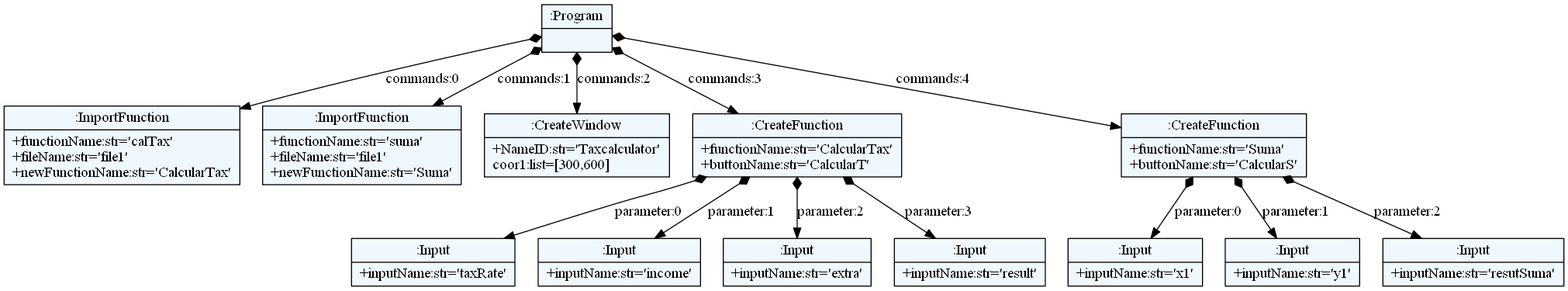
This is program.dot.png from joseamoroso/easgui, a Graphviz export, as it was before one commit. Its source is kept beside it as program.dot.
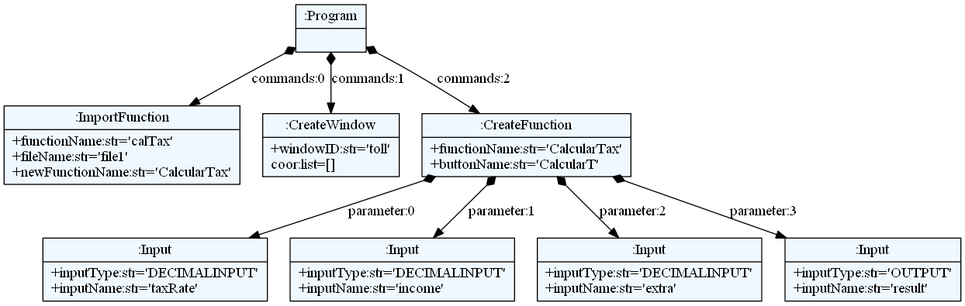
After the commit.

Change to the diagram source:
```diff
@@ -10,30 +10,20 @@
     edge[dir=black,arrowtail=empty]
 
 
-2664547515976 -> 2664547627784 [label="commands:0" arrowtail=diamond dir=both]
-2664547627784[label="{:ImportFunction|+functionName:str='calTax'\l+fileName:str='file1'\l+newFunctionName:str='CalcularTax'\l}"]
-2664547515976 -> 2664547629896 [label="commands:1" arrowtail=diamond dir=both]
-2664547629896[label="{:ImportFunction|+functionName:str='suma'\l+fileName:str='file1'\l+newFunctionName:str='Suma'\l}"]
-2664547515976 -> 2664547630664 [label="commands:2" arrowtail=diamond dir=both]
-2664547630664[label="{:CreateWindow|+NameID:str='Taxcalculator'\lcoor1:list=[300,600]\l}"]
-2664547515976 -> 2664547630280 [label="commands:3" arrowtail=diamond dir=both]
-2664547630280 -> 2664547614536 [label="parameter:0" arrowtail=diamond dir=both]
-2664547614536[label="{:Input|+inputName:str='taxRate'\l}"]
-2664547630280 -> 2664547614472 [label="parameter:1" arrowtail=diamond dir=both]
-2664547614472[label="{:Input|+inputName:str='income'\l}"]
-2664547630280 -> 2664547614088 [label="parameter:2" arrowtail=diamond dir=both]
-2664547614088[label="{:Input|+inputName:str='extra'\l}"]
-2664547630280 -> 2664547614024 [label="parameter:3" arrowtail=diamond dir=both]
-2664547614024[label="{:Input|+inputName:str='result'\l}"]
-2664547630280[label="{:CreateFunction|+functionName:str='CalcularTax'\l+buttonName:str='CalcularT'\l}"]
-2664547515976 -> 2664547629320 [label="commands:4" arrowtail=diamond dir=both]
-2664547629320 -> 2664547613896 [label="parameter:0" arrowtail=diamond dir=both]
-2664547613896[label="{:Input|+inputName:str='x1'\l}"]
-2664547629320 -> 2664547614344 [label="parameter:1" arrowtail=diamond dir=both]
-2664547614344[label="{:Input|+inputName:str='y1'\l}"]
-2664547629320 -> 2664547613640 [label="parameter:2" arrowtail=diamond dir=both]
-2664547613640[label="{:Input|+inputName:str='resutSuma'\l}"]
-2664547629320[label="{:CreateFunction|+functionName:str='Suma'\l+buttonName:str='CalcularS'\l}"]
-2664547515976[label="{:Program|}"]
+2112977733704 -> 2112977739080 [label="commands:0" arrowtail=diamond dir=both]
+2112977739080[label="{:ImportFunction|+functionName:str='calTax'\l+fileName:str='file1'\l+newFunctionName:str='CalcularTax'\l}"]
+2112977733704 -> 2112977737480 [label="commands:1" arrowtail=diamond dir=both]
+2112977737480[label="{:CreateWindow|+windowID:str='toll'\lcoor:list=[]\l}"]
+2112977733704 -> 2112977736392 [label="commands:2" arrowtail=diamond dir=both]
+2112977736392 -> 2112977738504 [label="parameter:0" arrowtail=diamond dir=both]
+2112977738504[label="{:Input|+inputType:str='DECIMALINPUT'\l+inputName:str='taxRate'\l}"]
+2112977736392 -> 2112977739144 [label="parameter:1" arrowtail=diamond dir=both]
+2112977739144[label="{:Input|+inputType:str='DECIMALINPUT'\l+inputName:str='income'\l}"]
+2112977736392 -> 2112977739400 [label="parameter:2" arrowtail=diamond dir=both]
+2112977739400[label="{:Input|+inputType:str='DECIMALINPUT'\l+inputName:str='extra'\l}"]
+2112977736392 -> 2112977738632 [label="parameter:3" arrowtail=diamond dir=both]
+2112977738632[label="{:Input|+inputType:str='OUTPUT'\l+inputName:str='result'\l}"]
+2112977736392[label="{:CreateFunction|+functionName:str='CalcularTax'\l+buttonName:str='CalcularT'\l}"]
+2112977733704[label="{:Program|}"]
 
 }
```
